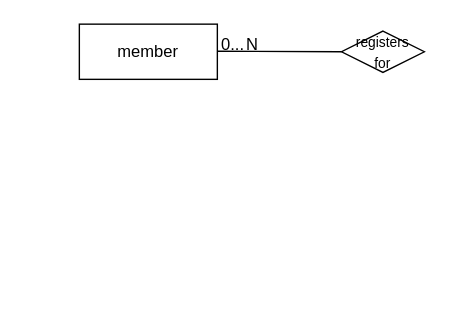
The draw.io diagram gym senario.drawio in victoriapuck15/ERdiagrams-, before the edit. Source tidied: cells renumbered, new cells numbered last; positions are measured from the earlier drawing's top-left corner, leaving out a move shared by most shapes. Both pictures are drawn from the tidied source at 138%, with x=0, y=0 at pixel (79, 23).
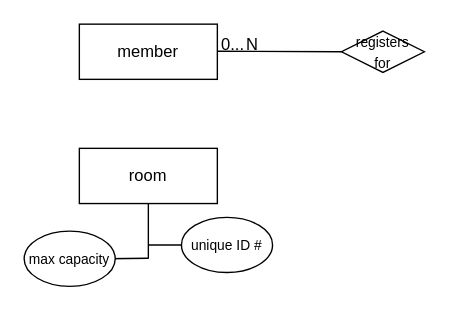
Above is the later version.

The edit, as a diff of the source:
```diff
@@
 <mxGraphModel>
   <root>
     <mxCell id="0" />
     <mxCell id="1" parent="0" />
     <mxCell id="2" value="member" style="rounded=0;whiteSpace=wrap;html=1;" parent="1" vertex="1">
       <mxGeometry width="100" height="40" as="geometry" />
     </mxCell>
     <mxCell id="3" style="endArrow=none;html=1;rounded=0;entryX=0;entryY=0.5;entryDx=0;entryDy=0;" parent="1" edge="1" target="6">
       <mxGeometry relative="1" as="geometry">
         <mxPoint x="100" y="19.6" as="sourcePoint" />
       </mxGeometry>
     </mxCell>
     <mxCell id="4" value="N" style="html=1;align=right;verticalAlign=bottom;" parent="3" vertex="1">
       <mxGeometry x="1" relative="1" as="geometry">
         <mxPoint x="-60" y="3" as="offset" />
       </mxGeometry>
     </mxCell>
     <mxCell id="5" value="0..." style="text;html=1;align=center;verticalAlign=middle;strokeColor=none;fillColor=none;" parent="1" vertex="1">
       <mxGeometry x="96" y="5" width="30" height="20" as="geometry" />
     </mxCell>
     <mxCell id="6" value="&lt;font style=&quot;font-size: 10px&quot;&gt;registers&lt;br&gt;&amp;nbsp;for&amp;nbsp;&lt;/font&gt;" style="shape=rhombus;perimeter=rhombusPerimeter;whiteSpace=wrap;html=1;align=center;" parent="1" vertex="1">
       <mxGeometry x="190" y="5" width="60" height="30" as="geometry" />
     </mxCell>
+    <mxCell id="7" value="room" style="rounded=0;whiteSpace=wrap;html=1;" parent="1" vertex="1">
+      <mxGeometry y="90" width="100" height="40" as="geometry" />
+    </mxCell>
+    <mxCell id="8" style="endArrow=none;html=1;rounded=0;fontSize=10;entryX=0.5;entryY=1;entryDx=0;entryDy=0;" parent="1" edge="1" target="7">
+      <mxGeometry relative="1" as="geometry">
+        <mxPoint x="50" y="170" as="sourcePoint" />
+      </mxGeometry>
+    </mxCell>
+    <mxCell id="9" style="endArrow=none;html=1;rounded=0;fontSize=10;" parent="1" edge="1">
+      <mxGeometry relative="1" as="geometry">
+        <mxPoint x="50" y="160" as="sourcePoint" />
+        <mxPoint x="90" y="160" as="targetPoint" />
+      </mxGeometry>
+    </mxCell>
+    <mxCell id="10" value="unique ID #" style="ellipse;whiteSpace=wrap;html=1;align=center;fontSize=10;" parent="1" vertex="1">
+      <mxGeometry x="74" y="140" width="66" height="40" as="geometry" />
+    </mxCell>
+    <mxCell id="11" style="endArrow=none;html=1;rounded=0;fontSize=10;" parent="1" edge="1">
+      <mxGeometry relative="1" as="geometry">
+        <mxPoint x="20" y="170" as="sourcePoint" />
+        <mxPoint x="50" y="169.6" as="targetPoint" />
+      </mxGeometry>
+    </mxCell>
+    <mxCell id="12" value="max capacity" style="ellipse;whiteSpace=wrap;html=1;align=center;fontSize=10;" parent="1" vertex="1">
+      <mxGeometry x="-40" y="150" width="66" height="40" as="geometry" />
+    </mxCell>
   </root>
 </mxGraphModel>
```
